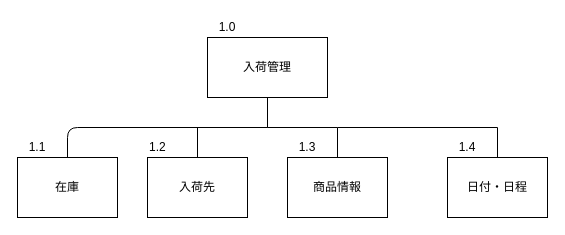
Above: サブシステム構造図/入荷管理.drawio in Yamanin3/system-devel (draw.io), before the change. Source tidied: cells renumbered, new cells numbered last; positions are measured from the earlier drawing's top-left corner, leaving out a move shared by most shapes. Both pictures are drawn from the tidied source at 100%, with x=0, y=0 at pixel (17, 17).
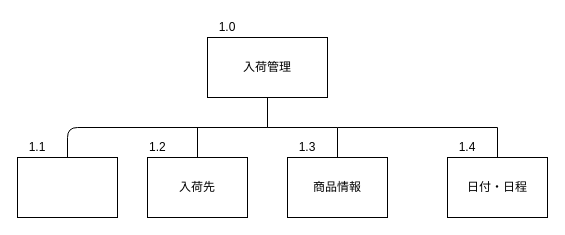
After the change.

Commit message:
入荷管理を変更

Change to the diagram source:
```diff
@@
-    <mxCell id="10" value="在庫" style="whiteSpace=wrap;html=1;align=center;verticalAlign=middle;" parent="1" vertex="1">
+    <mxCell id="10" style="whiteSpace=wrap;html=1;align=center;verticalAlign=middle;" parent="1" vertex="1">
       <mxGeometry y="140" width="100" height="60" as="geometry" />
     </mxCell>
```
